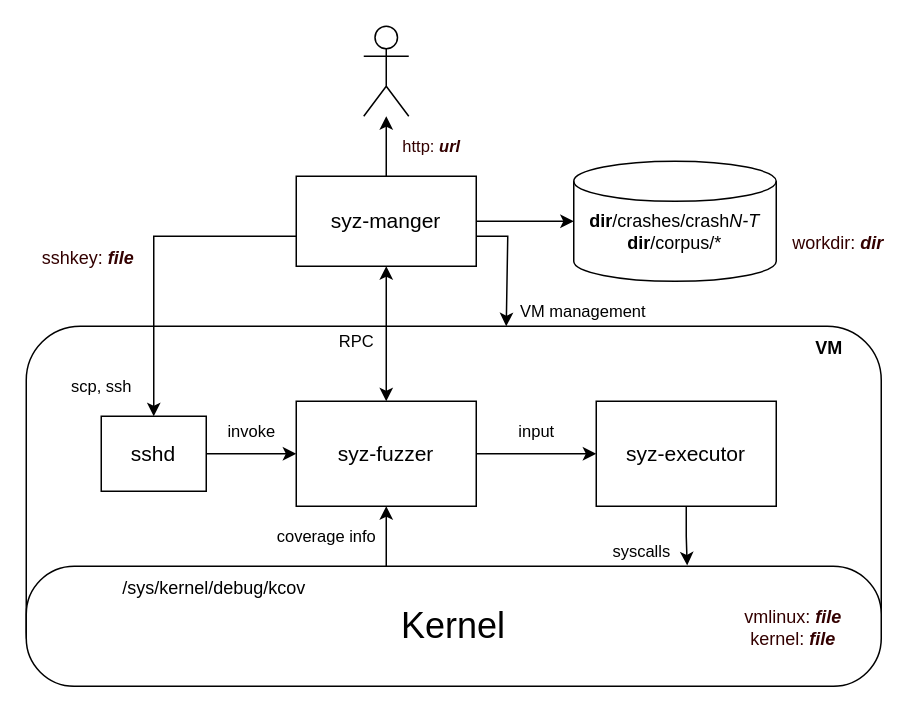
Earlier version of the draw.io diagram Diagram 1.drawio (347115683/Diagram). Source tidied: cells renumbered, new cells numbered last; positions are measured from the earlier drawing's top-left corner, leaving out a move shared by most shapes. Both pictures are drawn from the tidied source at 150%, with x=0, y=0 at pixel (26, 26).
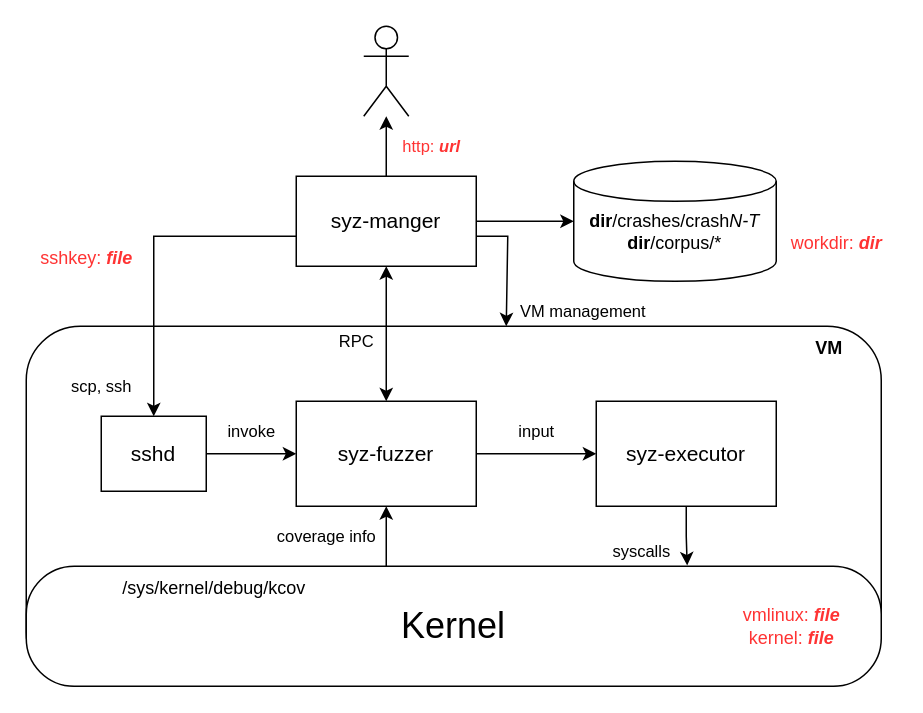
After the change.

Unchanged cells that the change refers to:
```xml
<mxCell id="8" value="&lt;font style=&quot;font-size: 14px;&quot;&gt;syz-manger&lt;/font&gt;" style="rounded=0;whiteSpace=wrap;html=1;" parent="1" vertex="1">
  <mxGeometry x="180" y="100" width="120" height="60" as="geometry" />
</mxCell>
<mxCell id="9" style="shape=umlActor;verticalLabelPosition=bottom;verticalAlign=top;html=1;" parent="1" vertex="1">
  <mxGeometry x="225" width="30" height="60" as="geometry" />
</mxCell>
```

Diff of the diagram source:
```diff
@@
-    <mxCell id="4" value="&lt;font color=&quot;#330000&quot;&gt;http:&lt;b style=&quot;&quot;&gt; &lt;i style=&quot;&quot;&gt;url&lt;/i&gt;&lt;/b&gt;&lt;/font&gt;" style="edgeStyle=orthogonalEdgeStyle;rounded=0;jettySize=auto;html=1;" parent="1" edge="1" source="8" target="9">
+    <mxCell id="4" value="&lt;font color=&quot;#ff3333&quot;&gt;http:&lt;b&gt; &lt;i&gt;url&lt;/i&gt;&lt;/b&gt;&lt;/font&gt;" style="edgeStyle=orthogonalEdgeStyle;rounded=0;jettySize=auto;html=1;" parent="1" edge="1" source="8" target="9">
       <mxGeometry y="-30" relative="1" as="geometry" />
     </mxCell>
@@
-    <mxCell id="18" value="&lt;font color=&quot;#330000&quot;&gt;workdir: &lt;b style=&quot;&quot;&gt;&lt;i style=&quot;&quot;&gt;dir&lt;/i&gt;&lt;/b&gt;&lt;/font&gt;" style="text;html=1;align=center;verticalAlign=middle;strokeColor=none;fillColor=none;" parent="1" vertex="1">
-      <mxGeometry x="501" y="132" width="79" height="26" as="geometry" />
+    <mxCell id="18" value="&lt;font color=&quot;#ff3333&quot;&gt;workdir: &lt;b&gt;&lt;i&gt;dir&lt;/i&gt;&lt;/b&gt;&lt;/font&gt;" style="text;html=1;align=center;verticalAlign=middle;strokeColor=none;fillColor=none;" parent="1" vertex="1">
+      <mxGeometry x="500" y="130" width="80" height="30" as="geometry" />
     </mxCell>
@@
-    <mxCell id="20" value="&lt;font color=&quot;#330000&quot;&gt;sshkey: &lt;b style=&quot;&quot;&gt;&lt;i style=&quot;&quot;&gt;file&lt;/i&gt;&lt;/b&gt;&lt;/font&gt;" style="text;html=1;align=center;verticalAlign=middle;strokeColor=none;fillColor=none;" parent="1" vertex="1">
-      <mxGeometry x="1" y="142" width="79" height="26" as="geometry" />
+    <mxCell id="20" value="&lt;font color=&quot;#ff3333&quot;&gt;sshkey: &lt;b style=&quot;&quot;&gt;&lt;i&gt;file&lt;/i&gt;&lt;/b&gt;&lt;/font&gt;" style="text;html=1;align=center;verticalAlign=middle;strokeColor=none;fillColor=none;" parent="1" vertex="1">
+      <mxGeometry y="140" width="80" height="30" as="geometry" />
     </mxCell>
@@
-    <mxCell id="24" value="&lt;font color=&quot;#330000&quot;&gt;vmlinux: &lt;b style=&quot;&quot;&gt;&lt;i&gt;file&lt;/i&gt;&lt;/b&gt;&lt;br&gt;kernel: &lt;b style=&quot;&quot;&gt;&lt;i style=&quot;&quot;&gt;file&lt;/i&gt;&lt;/b&gt;&lt;/font&gt;" style="text;html=1;align=center;verticalAlign=middle;strokeColor=none;fillColor=none;" parent="1" vertex="1">
-      <mxGeometry x="469" y="380" width="83" height="41" as="geometry" />
+    <mxCell id="24" value="&lt;font color=&quot;#ff3333&quot;&gt;vmlinux: &lt;b&gt;&lt;i&gt;file&lt;/i&gt;&lt;/b&gt;&lt;br&gt;kernel: &lt;b&gt;&lt;i&gt;file&lt;/i&gt;&lt;/b&gt;&lt;/font&gt;" style="text;html=1;align=center;verticalAlign=middle;strokeColor=none;fillColor=none;" parent="1" vertex="1">
+      <mxGeometry x="465" y="380" width="90" height="40" as="geometry" />
     </mxCell>
```
